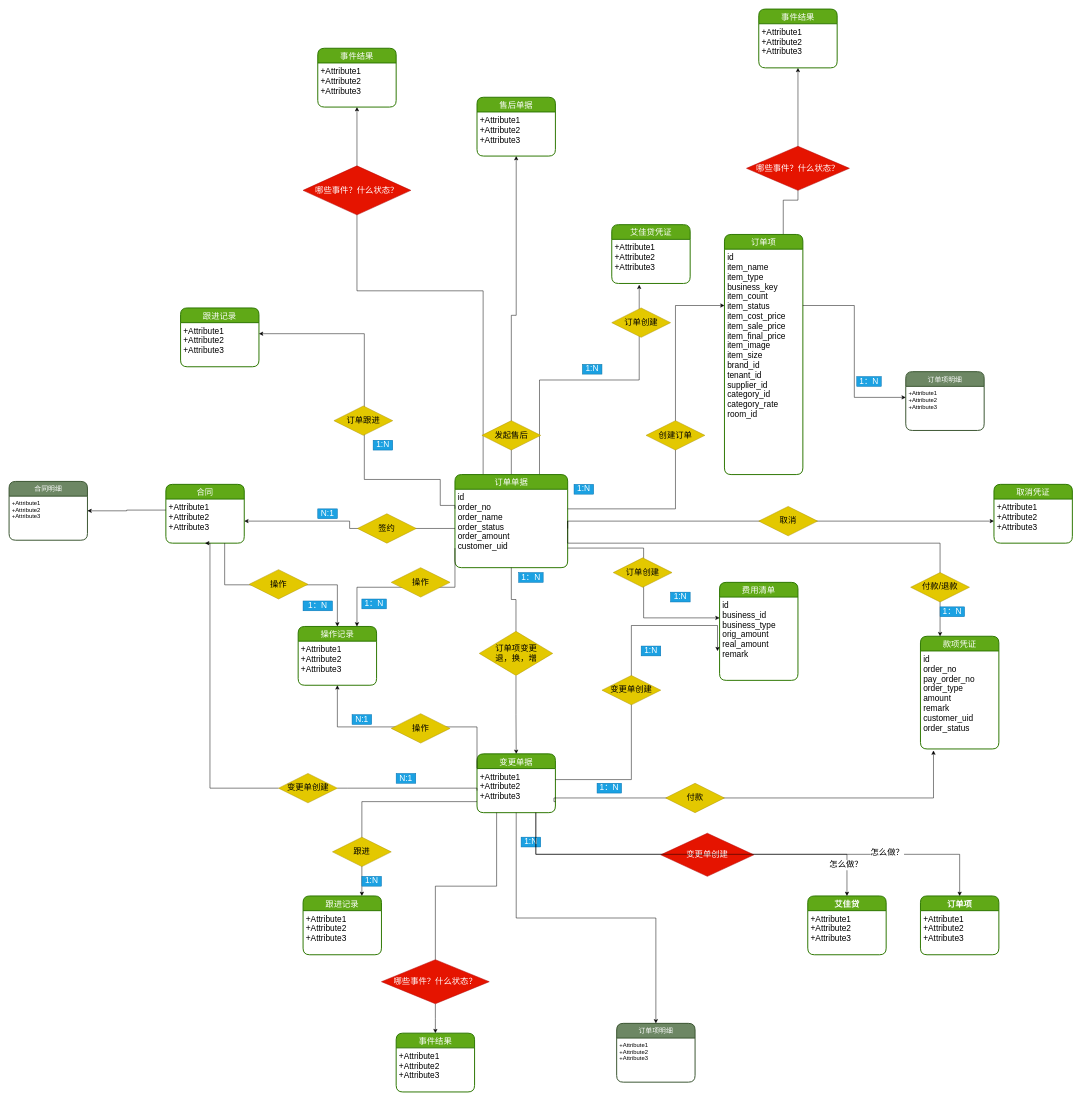
Msimplehub/abbysun keeps this draw.io diagram as 平台2.0/艾佳2.0订单领域实体设计.drawio. Above is the earlier version. Source tidied: cells renumbered, new cells numbered last; positions are measured from the earlier drawing's top-left corner, leaving out a move shared by most shapes. Both pictures are drawn from the tidied source at 49%, with x=0, y=0 at pixel (9, 9).
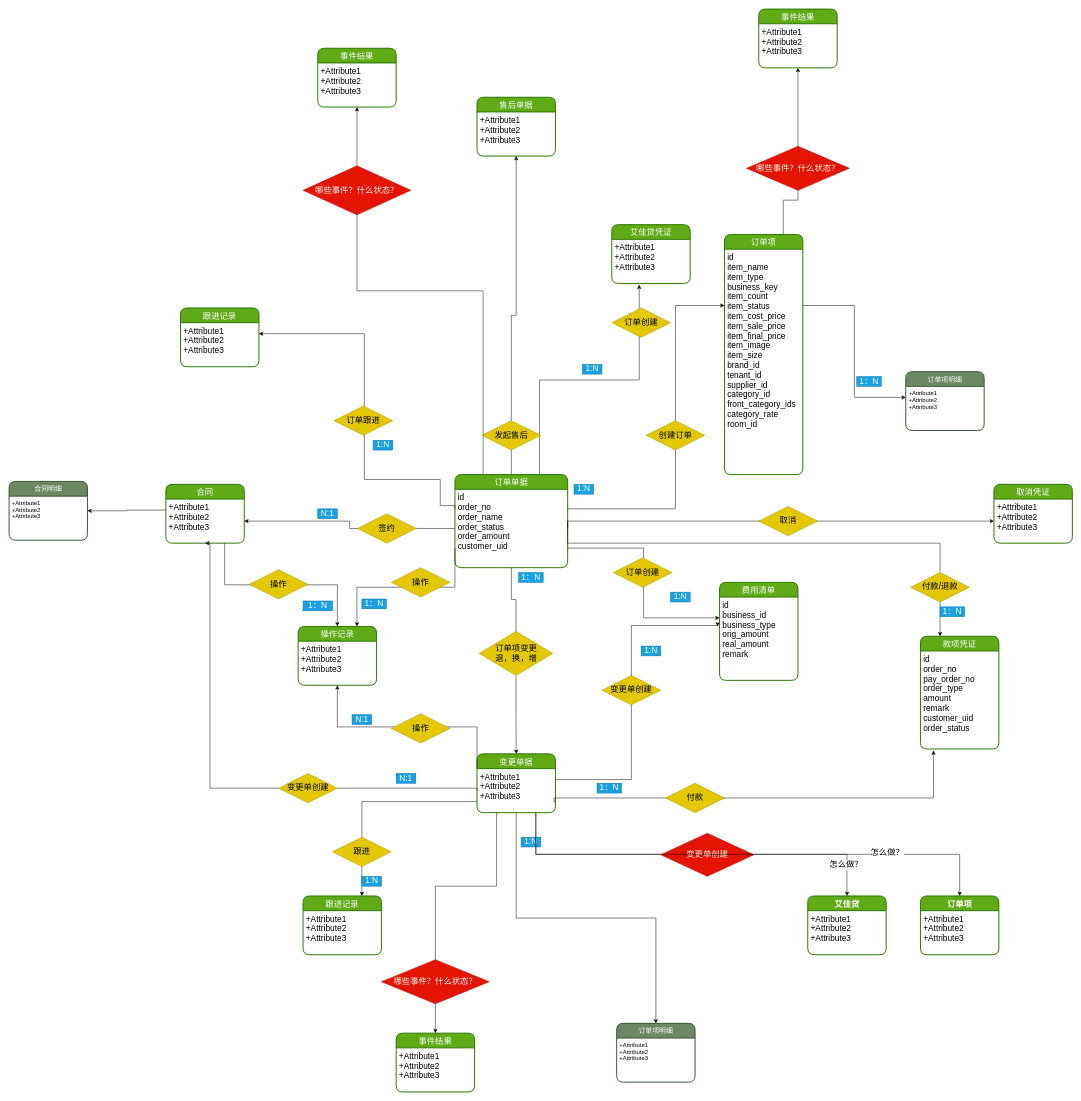
After the change.

Commit message:
更新艾佳2.0订单领域实体设计.drawio

Unchanged cells that the change refers to:
```xml
<mxCell id="8" value="订单项" style="swimlane;horizontal=1;startSize=30;rounded=1;fontSize=17;fontStyle=0;strokeWidth=2;shadow=0;dashed=0;align=center;fillColor=#60a917;strokeColor=#2D7600;fontColor=#ffffff;" parent="1" vertex="1">
  <mxGeometry x="1460" y="460" width="160" height="490" as="geometry" />
</mxCell>
<mxCell id="13" value="+Attribute1&#10;+Attribute2&#10;+Attribute3" style="align=left;strokeColor=none;fillColor=none;spacingLeft=4;fontSize=17;verticalAlign=top;" parent="12" vertex="1">
  <mxGeometry y="30" width="160" height="90" as="geometry" />
</mxCell>
<mxCell id="51" value="id&#10;business_id&#10;business_type&#10;orig_amount&#10;real_amount&#10;remark&#10;&#10;" style="align=left;strokeColor=none;fillColor=none;spacingLeft=4;fontSize=17;verticalAlign=top;" parent="50" vertex="1">
  <mxGeometry y="30" width="160" height="170" as="geometry" />
</mxCell>
```

What changed in the source:
```diff
@@
-    <mxCell id="9" value="id&#10;item_name&#10;item_type&#10;business_key&#10;item_count&#10;item_status&#10;item_cost_price&#10;item_sale_price&#10;item_final_price&#10;item_image&#10;item_size&#10;brand_id&#10;tenant_id&#10;supplier_id&#10;category_id&#10;category_rate&#10;room_id&#10;" style="align=left;strokeColor=none;fillColor=none;spacingLeft=4;fontSize=17;verticalAlign=top;" parent="8" vertex="1">
+    <mxCell id="9" value="id&#10;item_name&#10;item_type&#10;business_key&#10;item_count&#10;item_status&#10;item_cost_price&#10;item_sale_price&#10;item_final_price&#10;item_image&#10;item_size&#10;brand_id&#10;tenant_id&#10;supplier_id&#10;category_id&#10;front_category_ids&#10;category_rate&#10;room_id&#10;" style="align=left;strokeColor=none;fillColor=none;spacingLeft=4;fontSize=17;verticalAlign=top;" parent="8" vertex="1">
       <mxGeometry y="30" width="160" height="460" as="geometry" />
     </mxCell>
@@
-    <mxCell id="53" style="edgeStyle=orthogonalEdgeStyle;rounded=0;jettySize=auto;html=1;exitX=1;exitY=0.25;exitDx=0;exitDy=0;entryX=-0.026;entryY=0.649;entryDx=0;entryDy=0;entryPerimeter=0;fontSize=17;" parent="1" edge="1" source="13" target="51">
+    <mxCell id="53" style="edgeStyle=orthogonalEdgeStyle;rounded=0;jettySize=auto;html=1;exitX=1;exitY=0.25;exitDx=0;exitDy=0;fontSize=17;" parent="1" edge="1" source="13">
       <mxGeometry relative="1" as="geometry">
+        <mxPoint x="1446" y="1260" as="targetPoint" />
         <Array as="points">
           <mxPoint x="1270" y="1573" />
           <mxPoint x="1270" y="1258" />
         </Array>
       </mxGeometry>
     </mxCell>
```
